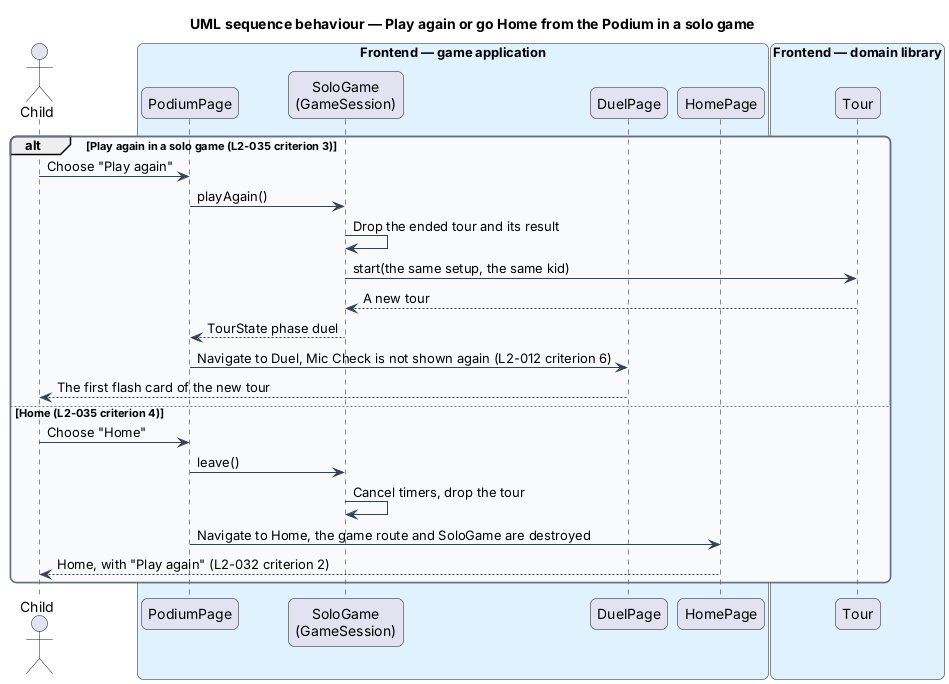
The PlantUML diagram docs/detailed-designs/tour/end-tour/diagrams/sequence-leave-podium.png in QuinntyneBrown/around-the-world, before a commit. Its source is kept beside it as docs/detailed-designs/tour/end-tour/diagrams/sequence-leave-podium.puml. Source of this version:
```plantuml
@startuml
title UML sequence behaviour — Play again or go Home from the Podium in a solo game
skinparam backgroundColor #FFFFFF
skinparam shadowing false
skinparam roundcorner 12
skinparam defaultFontName Arial
skinparam ArrowColor #344054
skinparam rectangle {
  BorderColor #344054
  FontColor #101828
}
skinparam package {
  BorderColor #667085
  FontColor #101828
  BackgroundColor #F9FAFB
}
actor "Child" as child
box "Frontend — game application" #E0F2FE
  participant "PodiumPage" as page
  participant "SoloGame\n(GameSession)" as solo
  participant "DuelPage" as duel
  participant "HomePage" as home
end box
box "Frontend — domain library" #E0F2FE
  participant "Tour" as tour
end box
alt Play again in a solo game (L2-035 criterion 3)
  child -> page : Choose "Play again"
  page -> solo : playAgain()
  solo -> solo : Drop the ended tour and its result
  solo -> tour : start(the same setup, the same kid)
  tour --> solo : A new tour
  solo --> page : TourState phase duel
  page -> duel : Navigate to Duel, Mic Check is not shown again (L2-012 criterion 6)
  duel --> child : The first flash card of the new tour
else Home (L2-035 criterion 4)
  child -> page : Choose "Home"
  page -> solo : leave()
  solo -> solo : Cancel timers, drop the tour
  page -> home : Navigate to Home, the game route and SoloGame are destroyed
  home --> child : Home, with "Play again" (L2-032 criterion 2)
end
@enduml
```
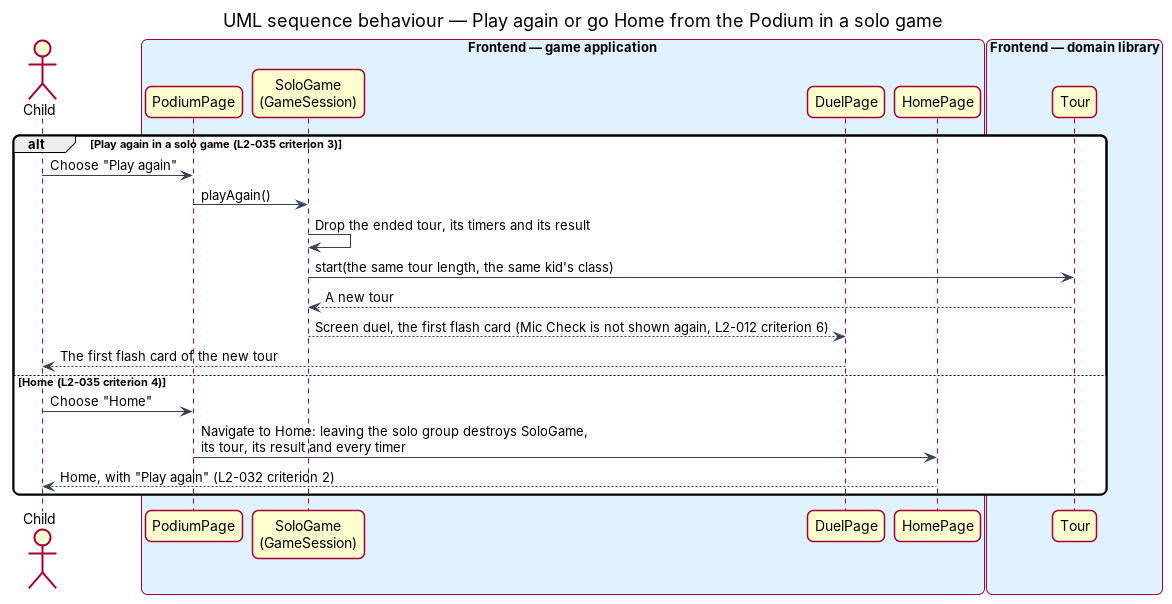
The same file after the commit.

Change to the diagram source:
```diff
@@ -27,17 +27,14 @@
 alt Play again in a solo game (L2-035 criterion 3)
   child -> page : Choose "Play again"
   page -> solo : playAgain()
-  solo -> solo : Drop the ended tour and its result
-  solo -> tour : start(the same setup, the same kid)
+  solo -> solo : Drop the ended tour, its timers and its result
+  solo -> tour : start(the same tour length, the same kid's class)
   tour --> solo : A new tour
-  solo --> page : TourState phase duel
-  page -> duel : Navigate to Duel, Mic Check is not shown again (L2-012 criterion 6)
+  solo --> duel : Screen duel, the first flash card (Mic Check is not shown again, L2-012 criterion 6)
   duel --> child : The first flash card of the new tour
 else Home (L2-035 criterion 4)
   child -> page : Choose "Home"
-  page -> solo : leave()
-  solo -> solo : Cancel timers, drop the tour
-  page -> home : Navigate to Home, the game route and SoloGame are destroyed
+  page -> home : Navigate to Home: leaving the solo group destroys SoloGame,\nits tour, its result and every timer
   home --> child : Home, with "Play again" (L2-032 criterion 2)
 end
 @enduml
```
